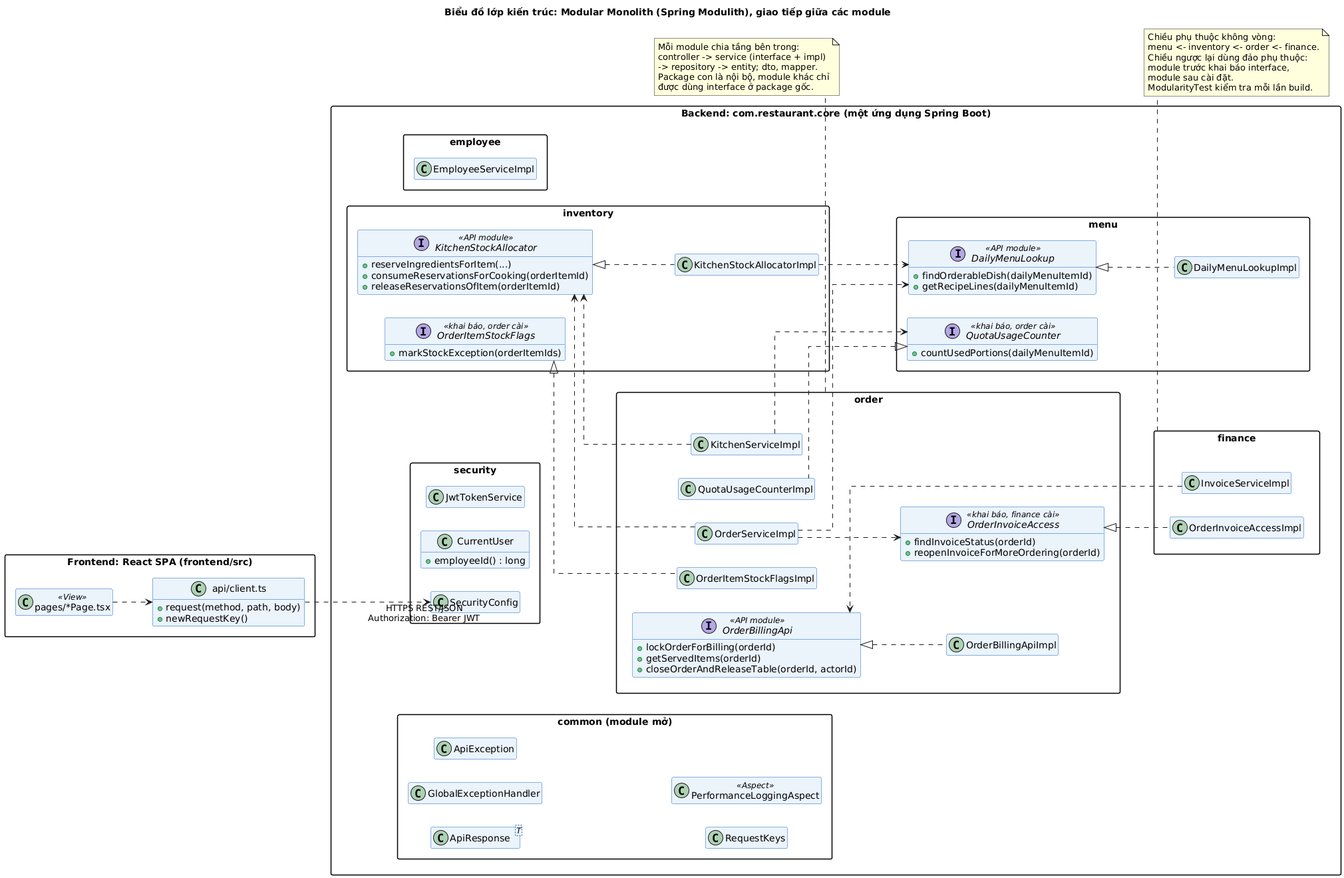
Earlier version of the PlantUML export docs/bao-cao-ltnc/uml/class-kien-truc.png (Anpham120/restaurant-management-system).
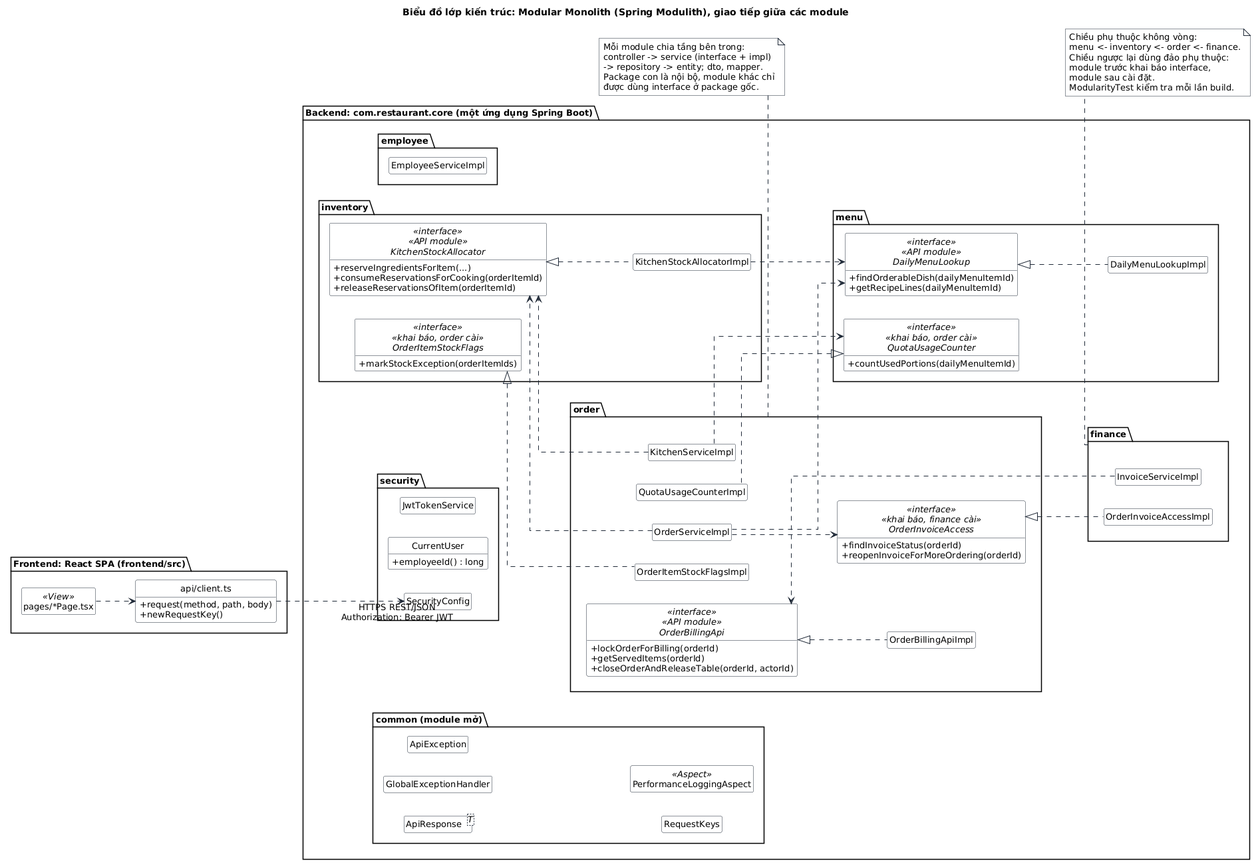
Above is the later version.

The edit, as a diff of the source:
```diff
@@ -1,5 +1,7 @@
 @startuml
 !include _style.iuml
+skinparam style strictuml
+hide empty members
 title Biểu đồ lớp kiến trúc: Modular Monolith (Spring Modulith), giao tiếp giữa các module
 skinparam linetype ortho
 left to right direction
@@ -30,33 +32,33 @@
     class JwtTokenService
   }
   package "menu" as menu {
-    interface DailyMenuLookup <<API module>> {
+    interface DailyMenuLookup <<interface>> <<API module>> {
       + findOrderableDish(dailyMenuItemId)
       + getRecipeLines(dailyMenuItemId)
     }
-    interface QuotaUsageCounter <<khai báo, order cài>> {
+    interface QuotaUsageCounter <<interface>> <<khai báo, order cài>> {
       + countUsedPortions(dailyMenuItemId)
     }
     class DailyMenuLookupImpl
   }
   package "inventory" as inventory {
-    interface KitchenStockAllocator <<API module>> {
+    interface KitchenStockAllocator <<interface>> <<API module>> {
       + reserveIngredientsForItem(...)
       + consumeReservationsForCooking(orderItemId)
       + releaseReservationsOfItem(orderItemId)
     }
-    interface OrderItemStockFlags <<khai báo, order cài>> {
+    interface OrderItemStockFlags <<interface>> <<khai báo, order cài>> {
       + markStockException(orderItemIds)
     }
     class KitchenStockAllocatorImpl
   }
   package "order" as order {
-    interface OrderBillingApi <<API module>> {
+    interface OrderBillingApi <<interface>> <<API module>> {
       + lockOrderForBilling(orderId)
       + getServedItems(orderId)
       + closeOrderAndReleaseTable(orderId, actorId)
     }
-    interface OrderInvoiceAccess <<khai báo, finance cài>> {
+    interface OrderInvoiceAccess <<interface>> <<khai báo, finance cài>> {
       + findInvoiceStatus(orderId)
       + reopenInvoiceForMoreOrdering(orderId)
     }
```
